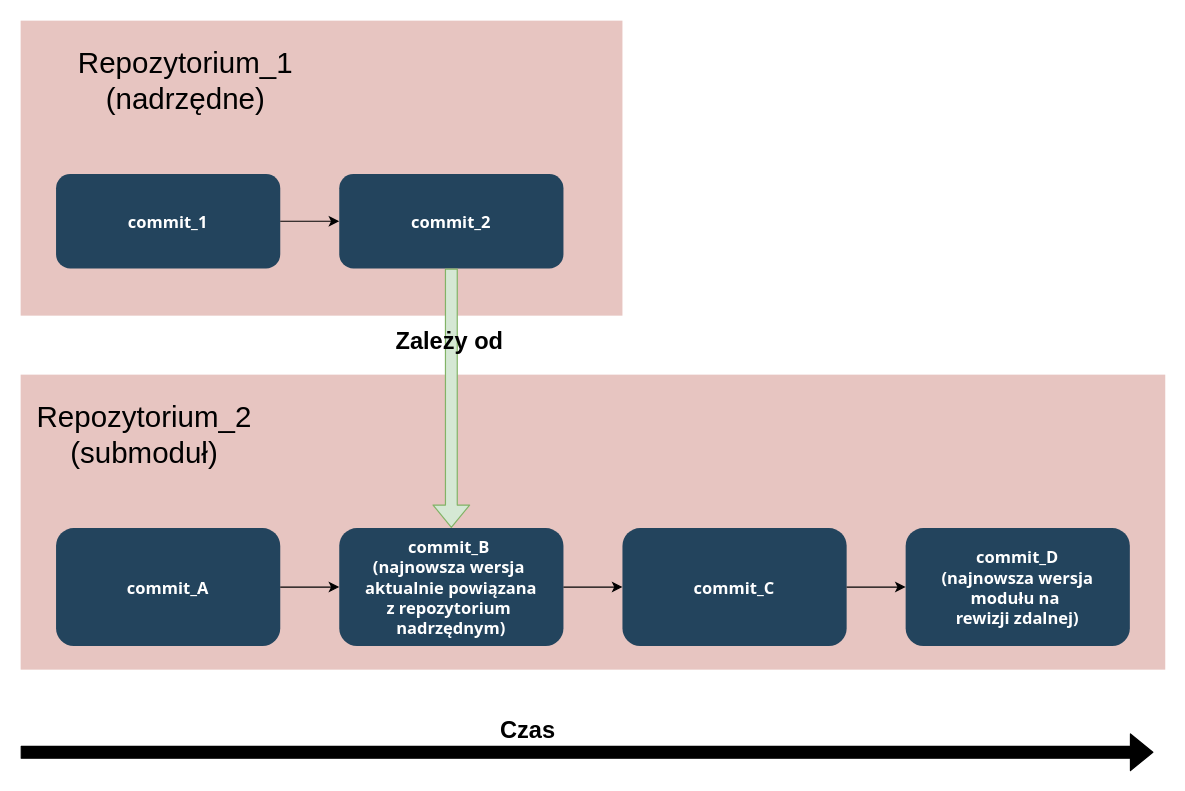
The draw.io diagram thesis/res/draw.io/SubmodulesProblem.drawio in arokasprz100/Bachelor-thesis, before the edit. Source tidied: cells renumbered, new cells numbered last; positions are measured from the earlier drawing's top-left corner, leaving out a move shared by most shapes. Both pictures are drawn from the tidied source at 118%, with x=0, y=0 at pixel (20, 20).
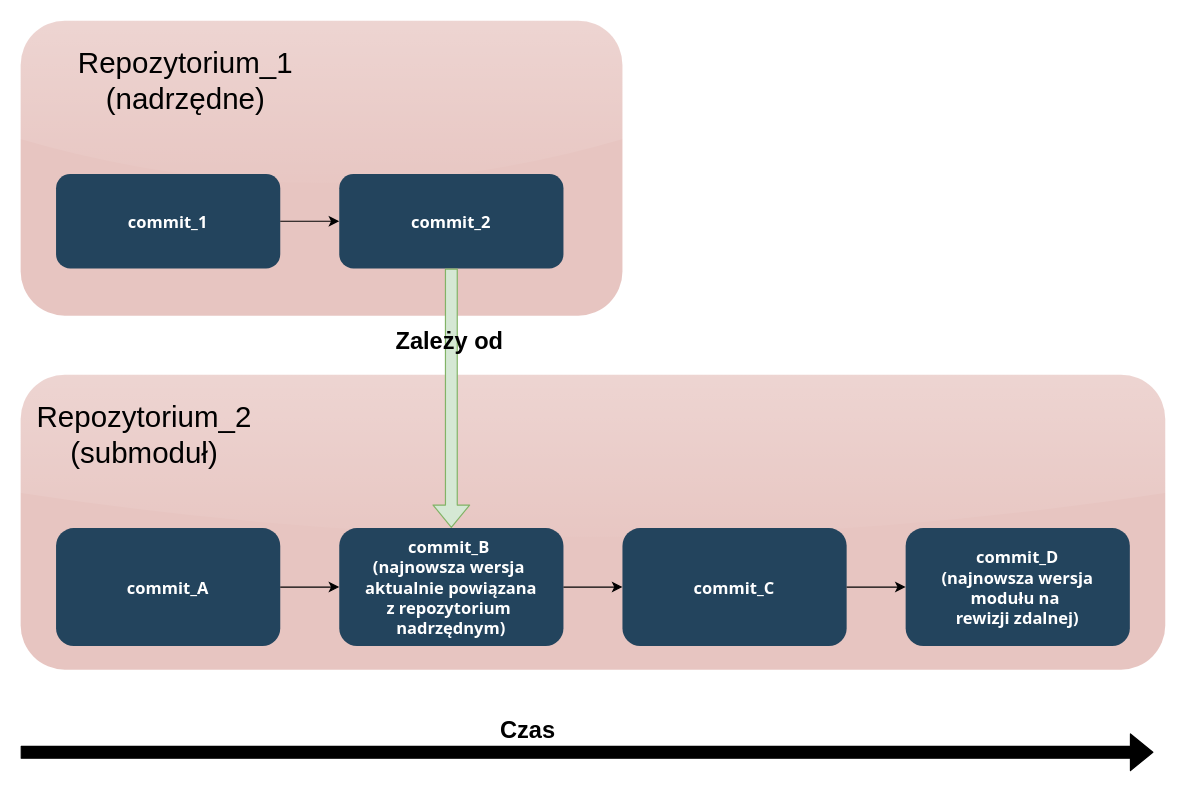
The same diagram, later.

What changed in the source:
```diff
@@
-    <mxCell id="2" style="fillColor=#AE4132;strokeColor=none;opacity=30;" parent="1" vertex="1">
+    <mxCell id="2" style="fillColor=#AE4132;strokeColor=none;opacity=30;rounded=1;glass=1;" parent="1" vertex="1">
       <mxGeometry width="510" height="250" as="geometry" />
     </mxCell>
@@
-    <mxCell id="6" style="fillColor=#AE4132;strokeColor=none;opacity=30;" parent="1" vertex="1">
+    <mxCell id="6" style="fillColor=#AE4132;strokeColor=none;opacity=30;rounded=1;glass=1;" parent="1" vertex="1">
       <mxGeometry y="300" width="970" height="250" as="geometry" />
     </mxCell>
```
